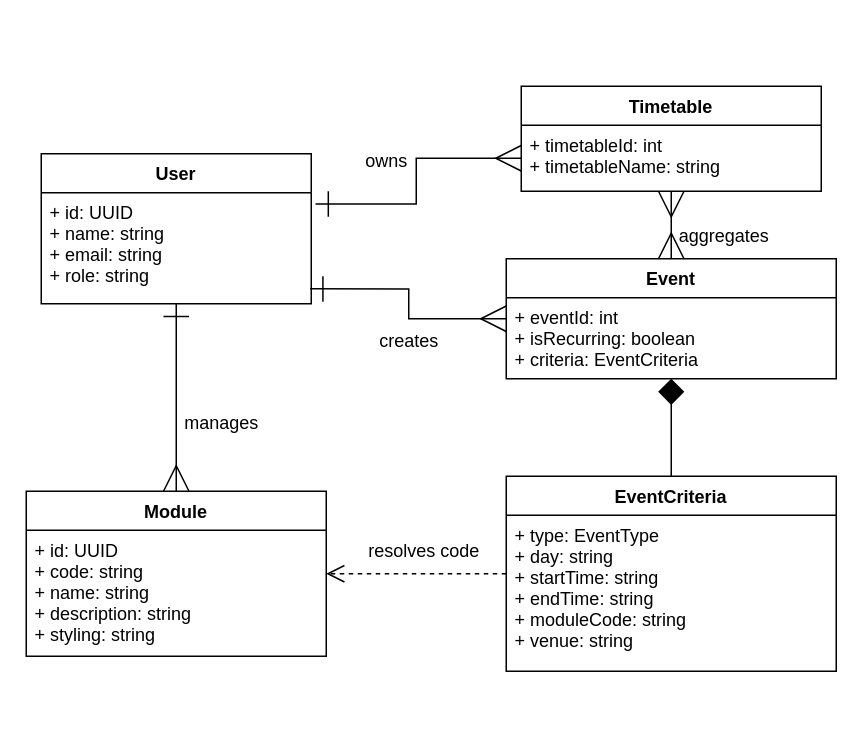
Earlier version of the draw.io diagram docs/diagrams/domain/Domain.drawio (COS301-SE-2026/UMTAS). Source tidied: cells renumbered, new cells numbered last; positions are measured from the earlier drawing's top-left corner, leaving out a move shared by most shapes. Both pictures are drawn from the tidied source at 150%, with x=0, y=0 at pixel (26, 86).
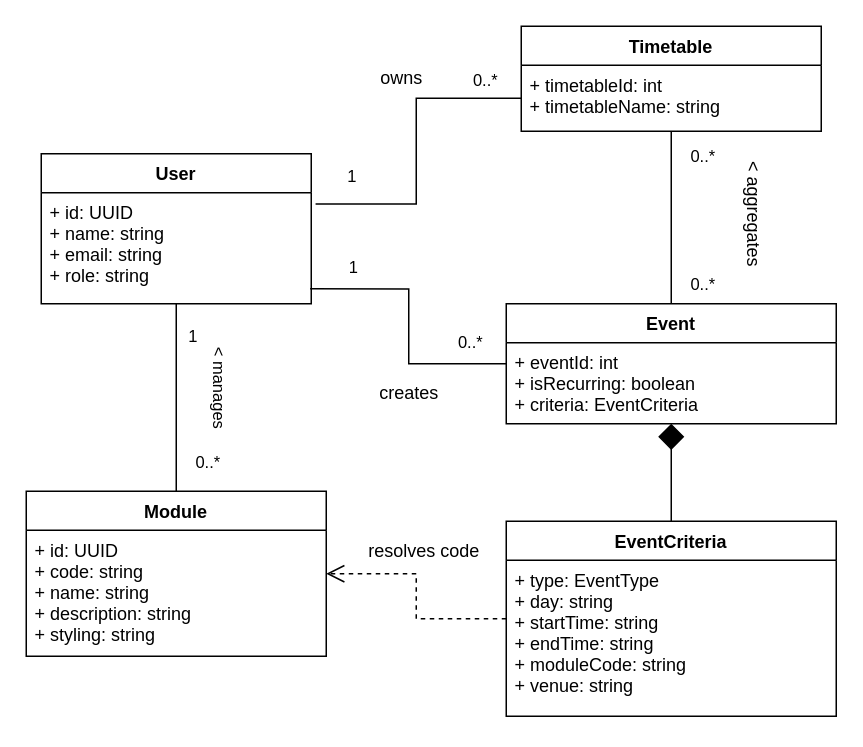
After the change.

Commit message (it also covers changes not shown here):
fix(domain fix): added drawio for domain diagram

Unchanged cells that the change refers to:
```xml
<mxCell id="2" value="User" style="swimlane;fontStyle=1;align=center;verticalAlign=top;horizontal=1;startSize=26;" parent="1" vertex="1">
  <mxGeometry x="10" y="45" width="180" height="100" as="geometry" />
</mxCell>
<mxCell id="3" value="+ id: UUID&#10;+ name: string&#10;+ email: string&#10;+ role: string" style="text;align=left;verticalAlign=top;spacingLeft=4;spacingRight=4;overflow=hidden;points=[[0,0.5],[1,0.5]];portConstraint=eastwest;" parent="2" vertex="1">
  <mxGeometry y="26" width="180" height="74" as="geometry" />
</mxCell>
<mxCell id="4" value="Module" style="swimlane;fontStyle=1;align=center;verticalAlign=top;horizontal=1;startSize=26;" parent="1" vertex="1">
  <mxGeometry y="270" width="200" height="110" as="geometry" />
</mxCell>
<mxCell id="11" value="+ timetableId: int&#10;+ timetableName: string" style="text;align=left;verticalAlign=top;spacingLeft=4;spacingRight=4;overflow=hidden;points=[[0,0.5],[1,0.5]];portConstraint=eastwest;" parent="10" vertex="1">
  <mxGeometry y="26" width="200" height="44" as="geometry" />
</mxCell>
```

The edit, as a diff of the source:
```diff
@@
     <mxCell id="6" value="Event" style="swimlane;fontStyle=1;align=center;verticalAlign=top;horizontal=1;startSize=26;" parent="1" vertex="1">
-      <mxGeometry x="320" y="115" width="220" height="80" as="geometry" />
+      <mxGeometry x="320" y="145" width="220" height="80" as="geometry" />
     </mxCell>
@@
     <mxCell id="8" value="EventCriteria" style="swimlane;fontStyle=1;align=center;verticalAlign=top;horizontal=1;startSize=26;" parent="1" vertex="1">
-      <mxGeometry x="320" y="260" width="220" height="130" as="geometry" />
+      <mxGeometry x="320" y="290" width="220" height="130" as="geometry" />
     </mxCell>
@@
     <mxCell id="10" value="Timetable" style="swimlane;fontStyle=1;align=center;verticalAlign=top;horizontal=1;startSize=26;" parent="1" vertex="1">
-      <mxGeometry x="330" width="200" height="70" as="geometry" />
+      <mxGeometry x="330" y="-40" width="200" height="70" as="geometry" />
     </mxCell>
@@
-    <mxCell id="12" style="edgeStyle=orthogonalEdgeStyle;rounded=0;jettySize=auto;html=1;endArrow=ERmany;startArrow=ERone;endSize=15;startSize=15;" parent="1" edge="1" source="2" target="4">
+    <mxCell id="12" style="edgeStyle=orthogonalEdgeStyle;rounded=0;jettySize=auto;html=1;endArrow=none;startArrow=none;endSize=15;startSize=15;startFill=0;endFill=0;" parent="1" edge="1" source="2" target="4">
       <mxGeometry relative="1" as="geometry" />
     </mxCell>
-    <mxCell id="13" value="manages" style="text;html=1;align=center;verticalAlign=middle;" parent="1" vertex="1">
-      <mxGeometry x="100" y="215" width="60" height="20" as="geometry" />
-    </mxCell>
+    <mxCell id="23" value="1" style="edgeLabel;html=1;align=center;verticalAlign=middle;" parent="12" vertex="1">
+      <mxGeometry x="-0.67" y="-3" relative="1" as="geometry">
+        <mxPoint x="13" as="offset" />
+      </mxGeometry>
+    </mxCell>
+    <mxCell id="24" value="0..*" style="edgeLabel;html=1;align=center;verticalAlign=middle;" parent="12" vertex="1">
+      <mxGeometry x="0.6" y="1" relative="1" as="geometry">
+        <mxPoint x="19" y="5" as="offset" />
+      </mxGeometry>
+    </mxCell>
+    <mxCell id="25" value="&amp;lt; manages" style="edgeLabel;html=1;align=center;verticalAlign=middle;rotation=90;" parent="12" vertex="1">
+      <mxGeometry x="-0.02" relative="1" as="geometry">
+        <mxPoint x="30" y="-6" as="offset" />
+      </mxGeometry>
+    </mxCell>
-    <mxCell id="14" style="edgeStyle=orthogonalEdgeStyle;rounded=0;jettySize=auto;html=1;endArrow=ERmany;startArrow=ERone;endSize=15;startSize=15;exitX=0.996;exitY=0.866;exitDx=0;exitDy=0;exitPerimeter=0;" parent="1" edge="1" source="3" target="6">
+    <mxCell id="14" style="edgeStyle=orthogonalEdgeStyle;rounded=0;jettySize=auto;html=1;endArrow=none;startArrow=none;endSize=15;startSize=15;exitX=0.996;exitY=0.866;exitDx=0;exitDy=0;exitPerimeter=0;endFill=0;startFill=0;" parent="1" edge="1" source="3" target="6">
       <mxGeometry relative="1" as="geometry" />
     </mxCell>
+    <mxCell id="26" value="1" style="edgeLabel;html=1;align=center;verticalAlign=middle;" parent="14" vertex="1">
+      <mxGeometry x="-0.54" y="-2" relative="1" as="geometry">
+        <mxPoint x="-14" y="-17" as="offset" />
+      </mxGeometry>
+    </mxCell>
+    <mxCell id="27" value="0..*" style="edgeLabel;html=1;align=center;verticalAlign=middle;" parent="14" vertex="1">
+      <mxGeometry x="0.69" relative="1" as="geometry">
+        <mxPoint x="3" y="-15" as="offset" />
+      </mxGeometry>
+    </mxCell>
     <mxCell id="15" value="creates" style="text;html=1;align=center;verticalAlign=middle;" parent="1" vertex="1">
-      <mxGeometry x="230" y="160" width="50" height="20" as="geometry" />
+      <mxGeometry x="230" y="195" width="50" height="20" as="geometry" />
     </mxCell>
-    <mxCell id="16" style="edgeStyle=orthogonalEdgeStyle;rounded=0;jettySize=auto;html=1;endArrow=ERmany;startArrow=ERone;endSize=15;startSize=15;exitX=1.016;exitY=0.102;exitDx=0;exitDy=0;exitPerimeter=0;entryX=0;entryY=0.5;entryDx=0;entryDy=0;" parent="1" edge="1" source="3" target="11">
+    <mxCell id="16" style="edgeStyle=orthogonalEdgeStyle;rounded=0;jettySize=auto;html=1;endArrow=none;startArrow=none;endSize=15;startSize=15;exitX=1.016;exitY=0.102;exitDx=0;exitDy=0;exitPerimeter=0;entryX=0;entryY=0.5;entryDx=0;entryDy=0;startFill=0;endFill=0;" parent="1" edge="1" source="3" target="11">
       <mxGeometry relative="1" as="geometry" />
     </mxCell>
+    <mxCell id="28" value="0..*" style="edgeLabel;html=1;align=center;verticalAlign=middle;" parent="16" vertex="1">
+      <mxGeometry x="0.76" y="1" relative="1" as="geometry">
+        <mxPoint y="-12" as="offset" />
+      </mxGeometry>
+    </mxCell>
+    <mxCell id="29" value="1" style="edgeLabel;html=1;align=center;verticalAlign=middle;" parent="16" vertex="1">
+      <mxGeometry x="-0.77" relative="1" as="geometry">
+        <mxPoint y="-19" as="offset" />
+      </mxGeometry>
+    </mxCell>
     <mxCell id="17" value="owns" style="text;html=1;align=center;verticalAlign=middle;" parent="1" vertex="1">
-      <mxGeometry x="220" y="40" width="40" height="20" as="geometry" />
+      <mxGeometry x="230" y="-15" width="40" height="20" as="geometry" />
     </mxCell>
@@
-    <mxCell id="19" style="edgeStyle=orthogonalEdgeStyle;rounded=0;jettySize=auto;html=1;endArrow=ERmany;startArrow=ERmany;endSize=15;startSize=15;" parent="1" edge="1" source="10" target="6">
+    <mxCell id="19" style="edgeStyle=orthogonalEdgeStyle;rounded=0;jettySize=auto;html=1;endArrow=none;startArrow=none;endSize=15;startSize=15;startFill=0;endFill=0;" parent="1" edge="1" source="10" target="6">
       <mxGeometry relative="1" as="geometry" />
     </mxCell>
+    <mxCell id="30" value="0..*" style="edgeLabel;html=1;align=center;verticalAlign=middle;" parent="19" vertex="1">
+      <mxGeometry x="-0.79" relative="1" as="geometry">
+        <mxPoint x="20" y="4" as="offset" />
+      </mxGeometry>
+    </mxCell>
+    <mxCell id="31" value="0..*" style="edgeLabel;html=1;align=center;verticalAlign=middle;" parent="19" vertex="1">
+      <mxGeometry x="0.47" relative="1" as="geometry">
+        <mxPoint x="20" y="16" as="offset" />
+      </mxGeometry>
+    </mxCell>
-    <mxCell id="20" value="aggregates" style="text;html=1;align=center;verticalAlign=middle;" parent="1" vertex="1">
-      <mxGeometry x="430" y="90" width="70" height="20" as="geometry" />
+    <mxCell id="20" value="&amp;lt; aggregates" style="text;html=1;align=center;verticalAlign=middle;rotation=90;" parent="1" vertex="1">
+      <mxGeometry x="440" y="70" width="90" height="30" as="geometry" />
     </mxCell>
```
